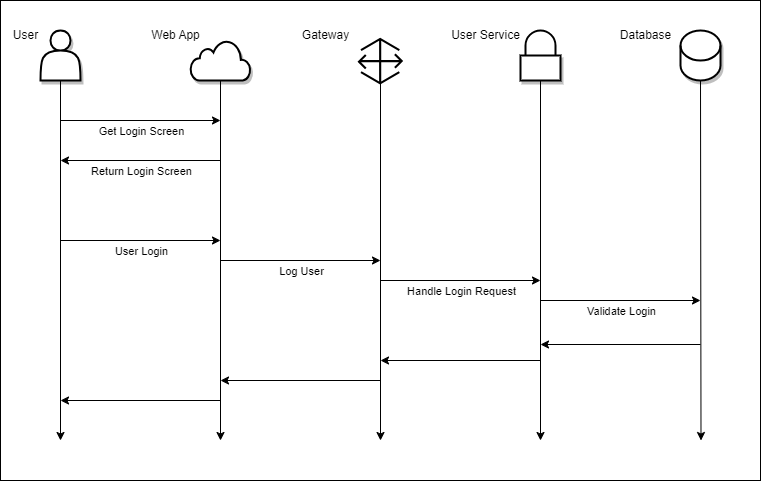
Earlier version of the draw.io export docs/images/06_login.drawio.png (Arquisoft/wiq_es05b). Source tidied: cells renumbered, new cells last; positions are measured from the earlier drawing's top-left corner, leaving out a move shared by most shapes.
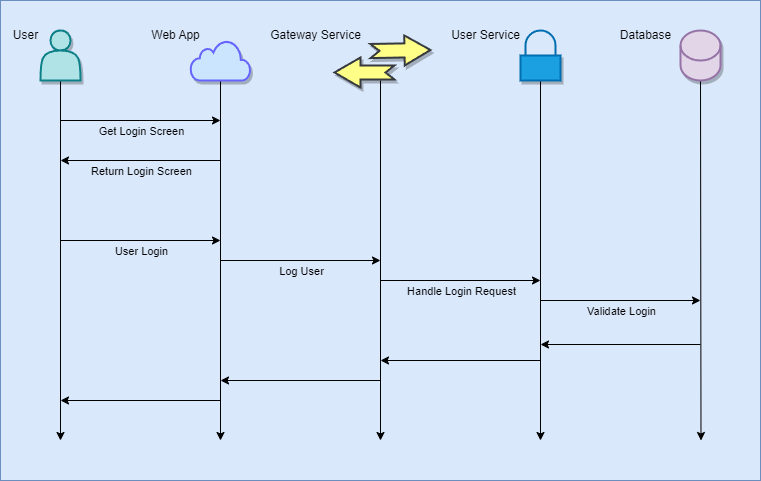
The same diagram one commit later.

Diff of the diagram source:
```diff
@@ -2,7 +2,7 @@
   <root>
     <mxCell id="0" />
     <mxCell id="1" value="Background" parent="0" />
-    <mxCell id="2" style="rounded=0;whiteSpace=wrap;html=1;" parent="1" vertex="1">
+    <mxCell id="2" style="rounded=0;whiteSpace=wrap;html=1;fillColor=#dae8fc;strokeColor=#6c8ebf;" parent="1" vertex="1">
       <mxGeometry width="760" height="480" as="geometry" />
     </mxCell>
     <mxCell id="3" style="edgeStyle=none;orthogonalLoop=1;jettySize=auto;html=1;" parent="1" edge="1">
@@ -11,14 +11,11 @@
         <mxPoint x="380" y="260" as="targetPoint" />
       </mxGeometry>
     </mxCell>
-    <mxCell id="4" value="Log User" style="edgeLabel;html=1;align=center;verticalAlign=middle;" parent="3" vertex="1">
+    <mxCell id="4" value="Log User" style="edgeLabel;html=1;align=center;verticalAlign=middle;labelBackgroundColor=none;" parent="3" vertex="1">
       <mxGeometry x="-0.39" relative="1" as="geometry">
         <mxPoint x="31" y="10" as="offset" />
       </mxGeometry>
     </mxCell>
-    <mxCell id="5" style="verticalLabelPosition=bottom;verticalAlign=top;align=center;html=1;fontSize=12;fontStyle=0;shape=mxgraph.aws4.gateway;shadow=0;fillColor=#000000;fontColor=#ffffff;strokeColor=none;strokeWidth=1;gradientColor=none;perimeterSpacing=1;" parent="1" vertex="1">
-      <mxGeometry x="357" y="37" width="45.7" height="47.3" as="geometry" />
-    </mxCell>
     <mxCell id="6" value="Diagram" parent="0" />
     <mxCell id="7" style="edgeStyle=none;html=1;startArrow=none;" parent="6" edge="1">
       <mxGeometry relative="1" as="geometry">
@@ -26,7 +23,7 @@
         <mxPoint x="60" y="440" as="targetPoint" />
       </mxGeometry>
     </mxCell>
-    <mxCell id="8" style="shape=actor;whiteSpace=wrap;html=1;shadow=1;strokeWidth=2;" parent="6" vertex="1">
+    <mxCell id="8" style="shape=actor;whiteSpace=wrap;html=1;shadow=1;strokeWidth=2;fillColor=#b0e3e6;strokeColor=#0e8088;" parent="6" vertex="1">
       <mxGeometry x="40" y="30" width="40" height="50" as="geometry" />
     </mxCell>
     <mxCell id="9" style="edgeStyle=none;html=1;exitX=0.5;exitY=1;exitDx=0;exitDy=0;" parent="6" edge="1">
@@ -46,7 +43,7 @@
         <mxPoint x="700.5" y="440" as="targetPoint" />
       </mxGeometry>
     </mxCell>
-    <mxCell id="12" value="&lt;br&gt;" style="shape=cylinder3;whiteSpace=wrap;html=1;boundedLbl=1;backgroundOutline=1;size=15;shadow=1;sketch=0;fillStyle=auto;fillColor=#FFFFFF;strokeWidth=2;" parent="6" vertex="1">
+    <mxCell id="12" value="&lt;br&gt;" style="shape=cylinder3;whiteSpace=wrap;html=1;boundedLbl=1;backgroundOutline=1;size=15;shadow=1;sketch=0;fillStyle=auto;fillColor=#e1d5e7;strokeWidth=2;strokeColor=#9673a6;" parent="6" vertex="1">
       <mxGeometry x="680" y="30" width="40" height="50" as="geometry" />
     </mxCell>
     <mxCell id="13" style="endArrow=classic;html=1;" parent="6" edge="1">
@@ -55,7 +52,7 @@
         <mxPoint x="220" y="120" as="targetPoint" />
       </mxGeometry>
     </mxCell>
-    <mxCell id="14" value="Get Login Screen" style="edgeLabel;html=1;align=center;verticalAlign=middle;" parent="13" vertex="1">
+    <mxCell id="14" value="Get Login Screen" style="edgeLabel;html=1;align=center;verticalAlign=middle;labelBackgroundColor=none;" parent="13" vertex="1">
       <mxGeometry x="-0.4" y="2" relative="1" as="geometry">
         <mxPoint x="32" y="12" as="offset" />
       </mxGeometry>
@@ -66,7 +63,7 @@
         <mxPoint x="60" y="160" as="targetPoint" />
       </mxGeometry>
     </mxCell>
-    <mxCell id="16" value="Return Login Screen" style="edgeLabel;html=1;align=center;verticalAlign=middle;" parent="15" vertex="1">
+    <mxCell id="16" value="Return Login Screen" style="edgeLabel;html=1;align=center;verticalAlign=middle;labelBackgroundColor=none;" parent="15" vertex="1">
       <mxGeometry x="-0.17" y="-3" relative="1" as="geometry">
         <mxPoint x="-14" y="13" as="offset" />
       </mxGeometry>
@@ -77,7 +74,7 @@
         <mxPoint x="220" y="240" as="targetPoint" />
       </mxGeometry>
     </mxCell>
-    <mxCell id="18" value="User Login" style="edgeLabel;html=1;align=center;verticalAlign=middle;" parent="17" vertex="1">
+    <mxCell id="18" value="User Login" style="edgeLabel;html=1;align=center;verticalAlign=middle;labelBackgroundColor=none;" parent="17" vertex="1">
       <mxGeometry x="-0.39" relative="1" as="geometry">
         <mxPoint x="31" y="10" as="offset" />
       </mxGeometry>
@@ -88,7 +85,7 @@
         <mxPoint x="540" y="280" as="targetPoint" />
       </mxGeometry>
     </mxCell>
-    <mxCell id="20" value="Handle Login Request" style="edgeLabel;html=1;align=center;verticalAlign=middle;" parent="19" vertex="1">
+    <mxCell id="20" value="Handle Login Request" style="edgeLabel;html=1;align=center;verticalAlign=middle;labelBackgroundColor=none;" parent="19" vertex="1">
       <mxGeometry x="-0.39" y="3" relative="1" as="geometry">
         <mxPoint x="32" y="13" as="offset" />
       </mxGeometry>
@@ -105,7 +102,7 @@
         <mxPoint x="700" y="300" as="targetPoint" />
       </mxGeometry>
     </mxCell>
-    <mxCell id="23" value="Validate Login" style="edgeLabel;html=1;align=center;verticalAlign=middle;" parent="22" vertex="1">
+    <mxCell id="23" value="Validate Login" style="edgeLabel;html=1;align=center;verticalAlign=middle;labelBackgroundColor=none;" parent="22" vertex="1">
       <mxGeometry x="0.15" y="2" relative="1" as="geometry">
         <mxPoint x="-12" y="12" as="offset" />
       </mxGeometry>
@@ -134,7 +131,7 @@
         <mxPoint x="60" y="400" as="targetPoint" />
       </mxGeometry>
     </mxCell>
-    <mxCell id="28" style="html=1;verticalLabelPosition=bottom;align=center;labelBackgroundColor=#ffffff;verticalAlign=top;strokeWidth=2;strokeColor=#000000;shadow=1;dashed=0;shape=mxgraph.ios7.icons.cloud;" parent="6" vertex="1">
+    <mxCell id="28" style="html=1;verticalLabelPosition=bottom;align=center;labelBackgroundColor=#ffffff;verticalAlign=top;strokeWidth=2;strokeColor=#6666FF;shadow=1;dashed=0;shape=mxgraph.ios7.icons.cloud;fillColor=#cce5ff;" parent="6" vertex="1">
       <mxGeometry x="190" y="40" width="60" height="40" as="geometry" />
     </mxCell>
     <mxCell id="29" value="User" style="text;html=1;align=center;verticalAlign=middle;strokeColor=none;fillColor=none;" parent="6" vertex="1">
@@ -143,8 +140,8 @@
     <mxCell id="30" value="Web App" style="text;html=1;align=center;verticalAlign=middle;strokeColor=none;fillColor=none;" parent="6" vertex="1">
       <mxGeometry x="140" y="20" width="70" height="30" as="geometry" />
     </mxCell>
-    <mxCell id="31" value="Gateway" style="text;html=1;align=center;verticalAlign=middle;strokeColor=none;fillColor=none;" parent="6" vertex="1">
-      <mxGeometry x="290" y="20" width="70" height="30" as="geometry" />
+    <mxCell id="31" value="Gateway Service" style="text;html=1;align=center;verticalAlign=middle;strokeColor=none;fillColor=none;" parent="6" vertex="1">
+      <mxGeometry x="260" y="20" width="110" height="30" as="geometry" />
     </mxCell>
     <mxCell id="32" value="User Service" style="text;html=1;align=center;verticalAlign=middle;strokeColor=none;fillColor=none;" parent="6" vertex="1">
       <mxGeometry x="440" y="20" width="90" height="30" as="geometry" />
@@ -152,8 +149,17 @@
     <mxCell id="33" value="Database" style="text;html=1;align=center;verticalAlign=middle;strokeColor=none;fillColor=none;" parent="6" vertex="1">
       <mxGeometry x="610" y="20" width="70" height="30" as="geometry" />
     </mxCell>
-    <mxCell id="34" style="html=1;verticalLabelPosition=bottom;align=center;labelBackgroundColor=#ffffff;verticalAlign=top;strokeWidth=2;strokeColor=#000000;shadow=1;dashed=0;shape=mxgraph.ios7.icons.locked;" parent="6" vertex="1">
+    <mxCell id="34" style="html=1;verticalLabelPosition=bottom;align=center;labelBackgroundColor=#ffffff;verticalAlign=top;strokeWidth=2;strokeColor=#006EAF;shadow=1;dashed=0;shape=mxgraph.ios7.icons.locked;fillColor=#1ba1e2;fontColor=#ffffff;" parent="6" vertex="1">
       <mxGeometry x="520" y="30" width="40" height="50" as="geometry" />
     </mxCell>
+    <mxCell id="35" style="group;" parent="6" vertex="1">
+      <mxGeometry x="334" y="37.5" width="92.3" height="49.5" as="geometry" />
+    </mxCell>
+    <mxCell id="36" style="html=1;shadow=1;dashed=0;align=center;verticalAlign=middle;shape=mxgraph.arrows2.arrow;dy=0.53;dx=26;flipH=1;notch=9;labelBackgroundColor=none;strokeWidth=2;fillColor=#ffff88;strokeColor=#36393d;" parent="35" vertex="1">
+      <mxGeometry y="19.5" width="60" height="30" as="geometry" />
+    </mxCell>
+    <mxCell id="37" style="html=1;shadow=1;dashed=0;align=center;verticalAlign=middle;shape=mxgraph.arrows2.arrow;dy=0.53;dx=26;flipH=1;notch=9;labelBackgroundColor=none;strokeWidth=2;rotation=-181;fillColor=#ffff88;strokeColor=#36393d;" parent="35" vertex="1">
+      <mxGeometry x="36" y="-2.5" width="60" height="30" as="geometry" />
+    </mxCell>
   </root>
 </mxGraphModel>
```
